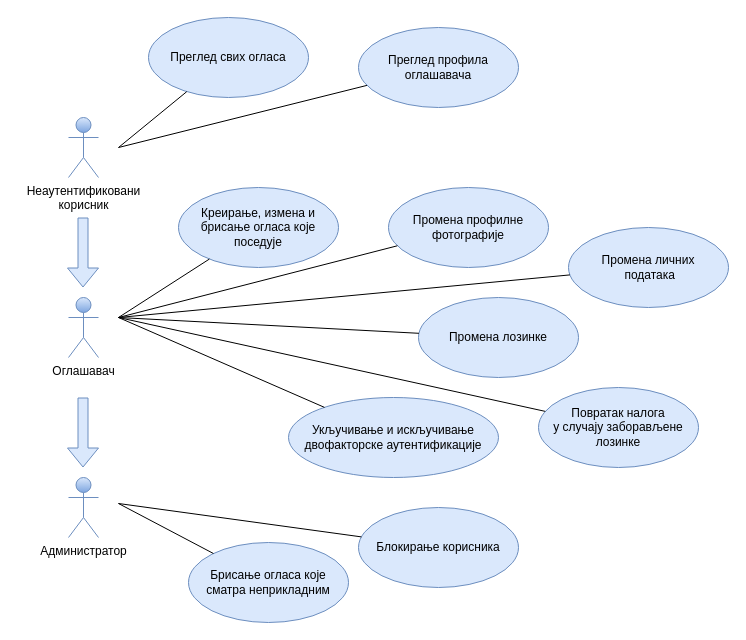
Above: page "use-case" (3 of 4) of thesis/diagrams.drawio in maticluka999/adverto (draw.io), before the change. Source tidied: cells renumbered, new cells numbered last; positions are measured from the earlier drawing's top-left corner, leaving out a move shared by most shapes. Both pictures are drawn from the tidied source at 100%, with x=0, y=0 at pixel (68, 17).
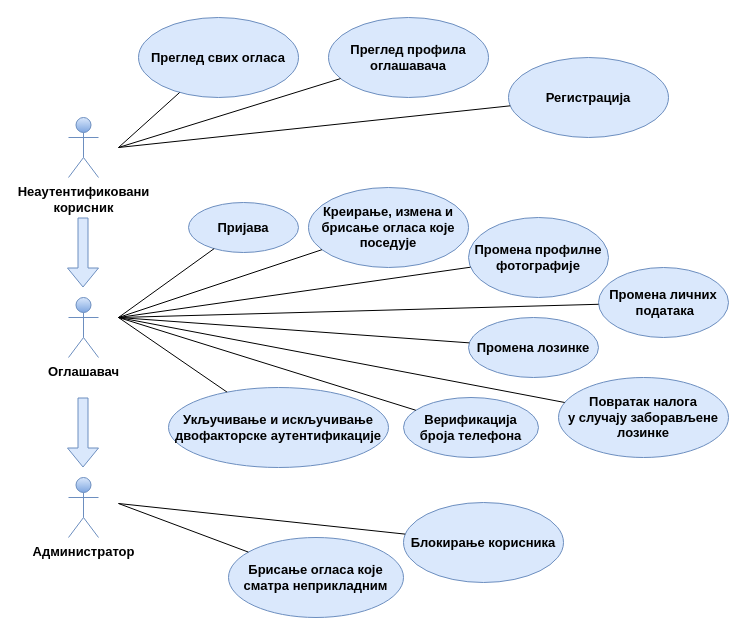
After the change.

The edit, as a diff of the source:
```diff
@@
-    <mxCell id="2" value="Неаутентификовани&lt;br&gt;корисник" style="shape=umlActor;verticalLabelPosition=bottom;verticalAlign=top;html=1;strokeColor=#6c8ebf;fillColor=#dae8fc;gradientColor=#7ea6e0;" parent="1" vertex="1">
+    <mxCell id="2" value="Неаутентификовани&lt;br style=&quot;font-size: 13px;&quot;&gt;корисник" style="shape=umlActor;verticalLabelPosition=bottom;verticalAlign=top;html=1;strokeColor=#6c8ebf;fillColor=#dae8fc;gradientColor=#7ea6e0;fontStyle=1;fontSize=13;" parent="1" vertex="1">
       <mxGeometry y="100" width="30" height="60" as="geometry" />
     </mxCell>
-    <mxCell id="3" value="Преглед свих огласа" style="ellipse;whiteSpace=wrap;html=1;strokeColor=#6c8ebf;fillColor=#dae8fc;" parent="1" vertex="1">
-      <mxGeometry x="80" width="160" height="80" as="geometry" />
+    <mxCell id="3" value="Преглед свих огласа" style="ellipse;whiteSpace=wrap;html=1;strokeColor=#6c8ebf;fillColor=#dae8fc;fontStyle=1;fontSize=13;" parent="1" vertex="1">
+      <mxGeometry x="70" width="160" height="80" as="geometry" />
     </mxCell>
-    <mxCell id="4" style="endArrow=none;html=1;rounded=0;endFill=0;" parent="1" edge="1" target="3">
+    <mxCell id="4" style="endArrow=none;html=1;rounded=0;endFill=0;fontStyle=1;fontSize=13;" parent="1" edge="1" target="3">
       <mxGeometry relative="1" as="geometry">
         <mxPoint x="50" y="130" as="sourcePoint" />
       </mxGeometry>
     </mxCell>
-    <mxCell id="5" value="Преглед профила&lt;br&gt;оглашавача" style="ellipse;whiteSpace=wrap;html=1;strokeColor=#6c8ebf;fillColor=#dae8fc;" parent="1" vertex="1">
-      <mxGeometry x="290" y="10" width="160" height="80" as="geometry" />
+    <mxCell id="5" value="Преглед профила&lt;br style=&quot;font-size: 13px;&quot;&gt;оглашавача" style="ellipse;whiteSpace=wrap;html=1;strokeColor=#6c8ebf;fillColor=#dae8fc;fontStyle=1;fontSize=13;" parent="1" vertex="1">
+      <mxGeometry x="260" width="160" height="80" as="geometry" />
     </mxCell>
-    <mxCell id="6" style="endArrow=none;html=1;rounded=0;endFill=0;" parent="1" edge="1" target="5">
+    <mxCell id="6" style="endArrow=none;html=1;rounded=0;endFill=0;fontStyle=1;fontSize=13;" parent="1" edge="1" target="5">
       <mxGeometry relative="1" as="geometry">
         <mxPoint x="50" y="130" as="sourcePoint" />
       </mxGeometry>
     </mxCell>
-    <mxCell id="7" style="shape=flexArrow;endArrow=classic;html=1;rounded=0;fillColor=#dae8fc;strokeColor=#6c8ebf;" parent="1" edge="1">
+    <mxCell id="7" style="shape=flexArrow;endArrow=classic;html=1;rounded=0;fillColor=#dae8fc;strokeColor=#6c8ebf;fontStyle=1;fontSize=13;" parent="1" edge="1">
       <mxGeometry relative="1" as="geometry">
         <mxPoint x="14.5" y="200" as="sourcePoint" />
         <mxPoint x="14.5" y="270" as="targetPoint" />
       </mxGeometry>
     </mxCell>
-    <mxCell id="8" value="Оглашавач" style="shape=umlActor;verticalLabelPosition=bottom;verticalAlign=top;html=1;strokeColor=#6c8ebf;fillColor=#dae8fc;gradientColor=#7ea6e0;" parent="1" vertex="1">
+    <mxCell id="8" value="Оглашавач" style="shape=umlActor;verticalLabelPosition=bottom;verticalAlign=top;html=1;strokeColor=#6c8ebf;fillColor=#dae8fc;gradientColor=#7ea6e0;fontStyle=1;fontSize=13;" parent="1" vertex="1">
       <mxGeometry y="280" width="30" height="60" as="geometry" />
     </mxCell>
-    <mxCell id="9" style="shape=flexArrow;endArrow=classic;html=1;rounded=0;fillColor=#dae8fc;strokeColor=#6c8ebf;" parent="1" edge="1">
+    <mxCell id="9" style="shape=flexArrow;endArrow=classic;html=1;rounded=0;fillColor=#dae8fc;strokeColor=#6c8ebf;fontStyle=1;fontSize=13;" parent="1" edge="1">
       <mxGeometry relative="1" as="geometry">
         <mxPoint x="14.5" y="380" as="sourcePoint" />
         <mxPoint x="14.5" y="450" as="targetPoint" />
       </mxGeometry>
     </mxCell>
-    <mxCell id="10" value="Администратор" style="shape=umlActor;verticalLabelPosition=bottom;verticalAlign=top;html=1;strokeColor=#6c8ebf;fillColor=#dae8fc;gradientColor=#7ea6e0;" parent="1" vertex="1">
+    <mxCell id="10" value="Администратор" style="shape=umlActor;verticalLabelPosition=bottom;verticalAlign=top;html=1;strokeColor=#6c8ebf;fillColor=#dae8fc;gradientColor=#7ea6e0;fontStyle=1;fontSize=13;" parent="1" vertex="1">
       <mxGeometry y="460" width="30" height="60" as="geometry" />
     </mxCell>
-    <mxCell id="11" value="Креирање, измена и брисање огласа које поседује" style="ellipse;whiteSpace=wrap;html=1;strokeColor=#6c8ebf;fillColor=#dae8fc;" parent="1" vertex="1">
-      <mxGeometry x="110" y="170" width="160" height="80" as="geometry" />
+    <mxCell id="11" value="Креирање, измена и брисање огласа које поседује" style="ellipse;whiteSpace=wrap;html=1;strokeColor=#6c8ebf;fillColor=#dae8fc;fontStyle=1;fontSize=13;" parent="1" vertex="1">
+      <mxGeometry x="240" y="170" width="160" height="80" as="geometry" />
     </mxCell>
-    <mxCell id="12" style="endArrow=none;html=1;rounded=0;endFill=0;" parent="1" edge="1" target="11">
+    <mxCell id="12" style="endArrow=none;html=1;rounded=0;endFill=0;fontStyle=1;fontSize=13;" parent="1" edge="1" target="11">
       <mxGeometry relative="1" as="geometry">
         <mxPoint x="50" y="300" as="sourcePoint" />
       </mxGeometry>
     </mxCell>
-    <mxCell id="13" value="Промена лозинке" style="ellipse;whiteSpace=wrap;html=1;strokeColor=#6c8ebf;fillColor=#dae8fc;" parent="1" vertex="1">
-      <mxGeometry x="350" y="280" width="160" height="80" as="geometry" />
+    <mxCell id="13" value="Промена лозинке" style="ellipse;whiteSpace=wrap;html=1;strokeColor=#6c8ebf;fillColor=#dae8fc;fontStyle=1;fontSize=13;" parent="1" vertex="1">
+      <mxGeometry x="400" y="300" width="130" height="60" as="geometry" />
     </mxCell>
-    <mxCell id="14" style="endArrow=none;html=1;rounded=0;endFill=0;" parent="1" edge="1" target="13">
+    <mxCell id="14" style="endArrow=none;html=1;rounded=0;endFill=0;fontStyle=1;fontSize=13;" parent="1" edge="1" target="13">
       <mxGeometry relative="1" as="geometry">
         <mxPoint x="50" y="300" as="sourcePoint" />
       </mxGeometry>
     </mxCell>
-    <mxCell id="15" value="Промена профилне фотографије" style="ellipse;whiteSpace=wrap;html=1;strokeColor=#6c8ebf;fillColor=#dae8fc;" parent="1" vertex="1">
-      <mxGeometry x="320" y="170" width="160" height="80" as="geometry" />
+    <mxCell id="15" value="Промена профилне фотографије" style="ellipse;whiteSpace=wrap;html=1;strokeColor=#6c8ebf;fillColor=#dae8fc;fontStyle=1;fontSize=13;" parent="1" vertex="1">
+      <mxGeometry x="400" y="200" width="140" height="80" as="geometry" />
     </mxCell>
-    <mxCell id="16" style="endArrow=none;html=1;rounded=0;endFill=0;" parent="1" edge="1" target="15">
+    <mxCell id="16" style="endArrow=none;html=1;rounded=0;endFill=0;fontStyle=1;fontSize=13;" parent="1" edge="1" target="15">
       <mxGeometry relative="1" as="geometry">
         <mxPoint x="50" y="300" as="sourcePoint" />
       </mxGeometry>
     </mxCell>
-    <mxCell id="17" value="Повратак налога&lt;br&gt;у случају заборављене&lt;br&gt;лозинке" style="ellipse;whiteSpace=wrap;html=1;strokeColor=#6c8ebf;fillColor=#dae8fc;" parent="1" vertex="1">
-      <mxGeometry x="470" y="370" width="160" height="80" as="geometry" />
+    <mxCell id="17" value="Повратак налога&lt;br style=&quot;font-size: 13px;&quot;&gt;у случају заборављене&lt;br style=&quot;font-size: 13px;&quot;&gt;лозинке" style="ellipse;whiteSpace=wrap;html=1;strokeColor=#6c8ebf;fillColor=#dae8fc;fontStyle=1;fontSize=13;" parent="1" vertex="1">
+      <mxGeometry x="490" y="360" width="170" height="80" as="geometry" />
     </mxCell>
-    <mxCell id="18" value="Промена личних&lt;br&gt;&amp;nbsp;података" style="ellipse;whiteSpace=wrap;html=1;strokeColor=#6c8ebf;fillColor=#dae8fc;" parent="1" vertex="1">
-      <mxGeometry x="500" y="210" width="160" height="80" as="geometry" />
+    <mxCell id="18" value="Промена личних&lt;br style=&quot;font-size: 13px;&quot;&gt;&amp;nbsp;података" style="ellipse;whiteSpace=wrap;html=1;strokeColor=#6c8ebf;fillColor=#dae8fc;fontStyle=1;fontSize=13;" parent="1" vertex="1">
+      <mxGeometry x="530" y="250" width="130" height="70" as="geometry" />
     </mxCell>
-    <mxCell id="19" value="Укључивање и искључивање двофакторске аутентификације" style="ellipse;whiteSpace=wrap;html=1;strokeColor=#6c8ebf;fillColor=#dae8fc;" parent="1" vertex="1">
-      <mxGeometry x="220" y="380" width="210" height="80" as="geometry" />
+    <mxCell id="19" value="Верификација &lt;br style=&quot;font-size: 13px;&quot;&gt;броја телефона" style="ellipse;whiteSpace=wrap;html=1;strokeColor=#6c8ebf;fillColor=#dae8fc;fontStyle=1;fontSize=13;" parent="1" vertex="1">
+      <mxGeometry x="335" y="380" width="135" height="60" as="geometry" />
     </mxCell>
-    <mxCell id="20" value="Брисање огласа које сматра неприкладним" style="ellipse;whiteSpace=wrap;html=1;strokeColor=#6c8ebf;fillColor=#dae8fc;" parent="1" vertex="1">
-      <mxGeometry x="120" y="525" width="160" height="80" as="geometry" />
+    <mxCell id="20" value="Брисање огласа које сматра неприкладним" style="ellipse;whiteSpace=wrap;html=1;strokeColor=#6c8ebf;fillColor=#dae8fc;fontStyle=1;fontSize=13;" parent="1" vertex="1">
+      <mxGeometry x="160" y="520" width="175" height="80" as="geometry" />
     </mxCell>
-    <mxCell id="21" value="Блокирање корисника" style="ellipse;whiteSpace=wrap;html=1;strokeColor=#6c8ebf;fillColor=#dae8fc;" parent="1" vertex="1">
-      <mxGeometry x="290" y="490" width="160" height="80" as="geometry" />
+    <mxCell id="21" value="Блокирање корисника" style="ellipse;whiteSpace=wrap;html=1;strokeColor=#6c8ebf;fillColor=#dae8fc;fontStyle=1;fontSize=13;" parent="1" vertex="1">
+      <mxGeometry x="335" y="485" width="160" height="80" as="geometry" />
     </mxCell>
-    <mxCell id="22" style="endArrow=none;html=1;rounded=0;endFill=0;" parent="1" edge="1" target="18">
+    <mxCell id="22" style="endArrow=none;html=1;rounded=0;endFill=0;fontStyle=1;fontSize=13;" parent="1" edge="1" target="18">
       <mxGeometry relative="1" as="geometry">
         <mxPoint x="50" y="300" as="sourcePoint" />
       </mxGeometry>
     </mxCell>
-    <mxCell id="23" style="endArrow=none;html=1;rounded=0;endFill=0;" parent="1" edge="1" target="17">
+    <mxCell id="23" style="endArrow=none;html=1;rounded=0;endFill=0;fontStyle=1;fontSize=13;" parent="1" edge="1" target="17">
       <mxGeometry relative="1" as="geometry">
         <mxPoint x="50" y="300" as="sourcePoint" />
       </mxGeometry>
     </mxCell>
-    <mxCell id="24" style="endArrow=none;html=1;rounded=0;endFill=0;" parent="1" edge="1" target="19">
+    <mxCell id="24" style="endArrow=none;html=1;rounded=0;endFill=0;fontStyle=1;fontSize=13;" parent="1" edge="1" target="19">
       <mxGeometry relative="1" as="geometry">
         <mxPoint x="50" y="300" as="sourcePoint" />
       </mxGeometry>
     </mxCell>
-    <mxCell id="25" style="endArrow=none;html=1;rounded=0;endFill=0;" parent="1" edge="1" target="21">
+    <mxCell id="25" style="endArrow=none;html=1;rounded=0;endFill=0;fontStyle=1;fontSize=13;" parent="1" edge="1" target="21">
       <mxGeometry relative="1" as="geometry">
         <mxPoint x="50" y="486" as="sourcePoint" />
       </mxGeometry>
     </mxCell>
-    <mxCell id="26" style="endArrow=none;html=1;rounded=0;endFill=0;" parent="1" edge="1" target="20">
+    <mxCell id="26" style="endArrow=none;html=1;rounded=0;endFill=0;fontStyle=1;fontSize=13;" parent="1" edge="1" target="20">
       <mxGeometry relative="1" as="geometry">
         <mxPoint x="50" y="486" as="sourcePoint" />
       </mxGeometry>
     </mxCell>
+    <mxCell id="27" value="Укључивање и искључивање двофакторске аутентификације" style="ellipse;whiteSpace=wrap;html=1;strokeColor=#6c8ebf;fillColor=#dae8fc;fontStyle=1;fontSize=13;" parent="1" vertex="1">
+      <mxGeometry x="100" y="370" width="220" height="80" as="geometry" />
+    </mxCell>
+    <mxCell id="28" style="endArrow=none;html=1;rounded=0;endFill=0;fontStyle=1;fontSize=13;" parent="1" edge="1" target="27">
+      <mxGeometry relative="1" as="geometry">
+        <mxPoint x="50" y="300" as="sourcePoint" />
+      </mxGeometry>
+    </mxCell>
+    <mxCell id="29" value="Регистрација" style="ellipse;whiteSpace=wrap;html=1;strokeColor=#6c8ebf;fillColor=#dae8fc;fontStyle=1;fontSize=13;" parent="1" vertex="1">
+      <mxGeometry x="440" y="40" width="160" height="80" as="geometry" />
+    </mxCell>
+    <mxCell id="30" style="endArrow=none;html=1;rounded=0;endFill=0;fontStyle=1;fontSize=13;" parent="1" edge="1" target="29">
+      <mxGeometry relative="1" as="geometry">
+        <mxPoint x="50" y="130" as="sourcePoint" />
+      </mxGeometry>
+    </mxCell>
+    <mxCell id="31" value="Пријава" style="ellipse;whiteSpace=wrap;html=1;strokeColor=#6c8ebf;fillColor=#dae8fc;fontStyle=1;fontSize=13;" parent="1" vertex="1">
+      <mxGeometry x="120" y="185" width="110" height="50" as="geometry" />
+    </mxCell>
+    <mxCell id="32" style="endArrow=none;html=1;rounded=0;endFill=0;fontStyle=1;fontSize=13;" parent="1" edge="1" target="31">
+      <mxGeometry relative="1" as="geometry">
+        <mxPoint x="50" y="300" as="sourcePoint" />
+      </mxGeometry>
+    </mxCell>
```
